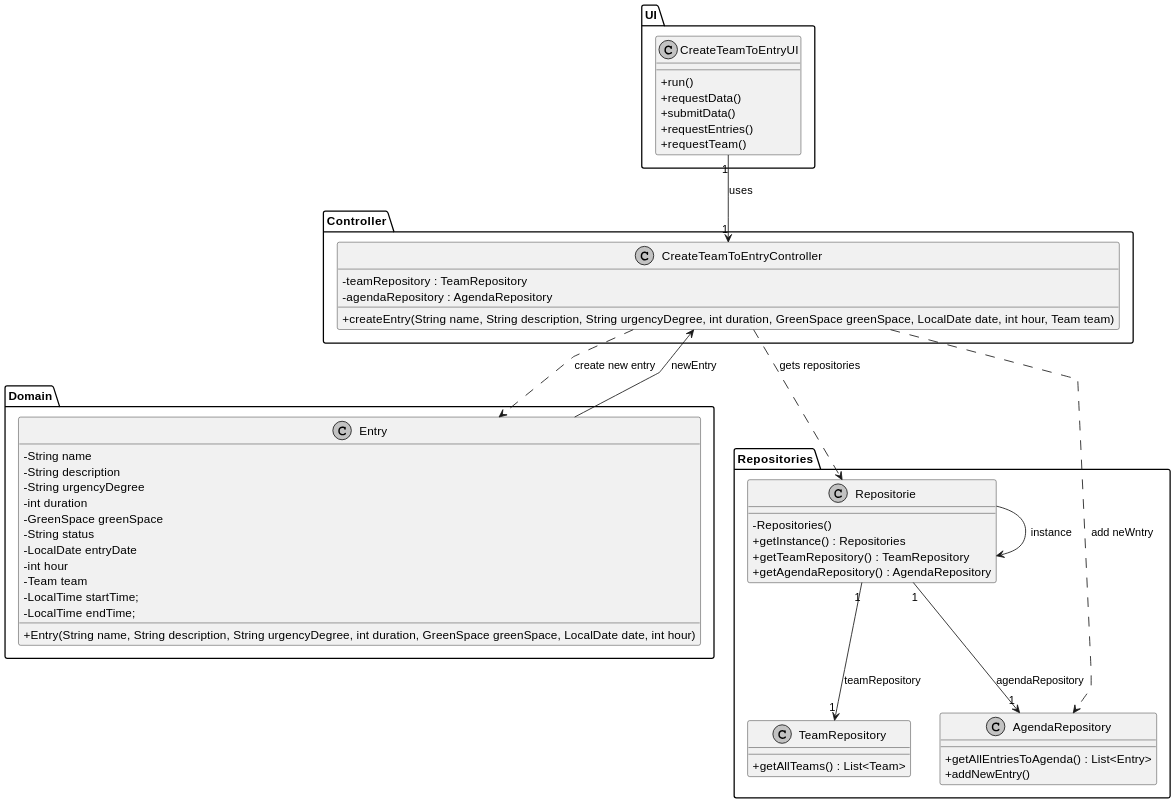
Earlier version of the PlantUML export docs/sprintC/us23/03.design/svg/us23-class-diagram.svg (Paulo-Pereira-at-ISEP/lei-24-s2-1nanb-g321).
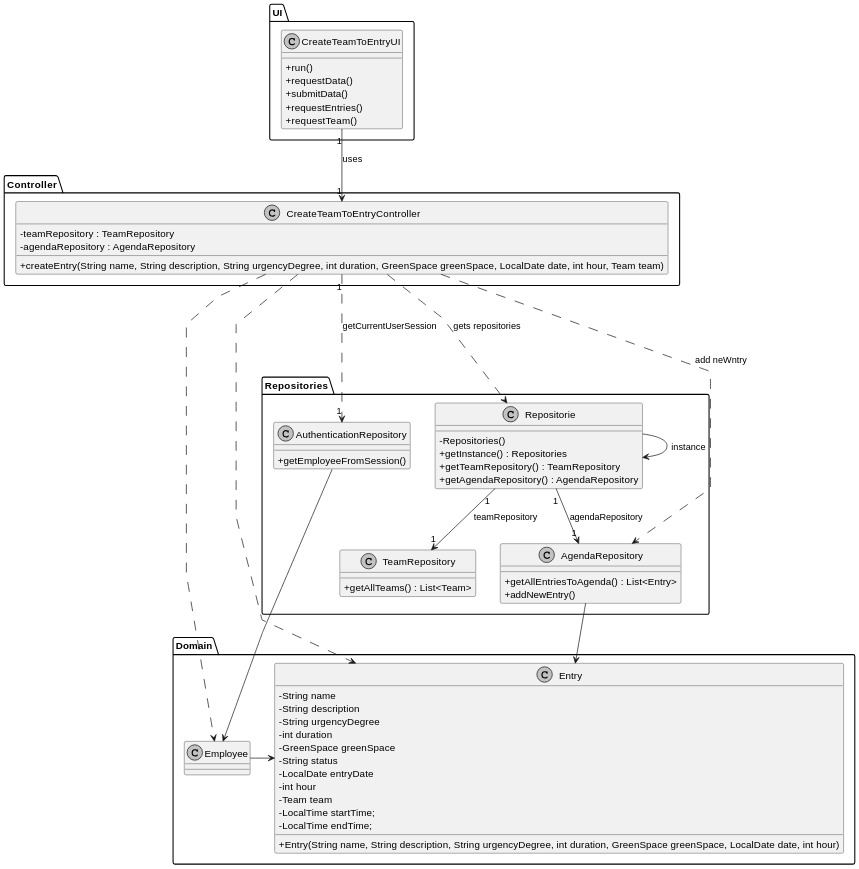
The same diagram one commit later.

What changed in the source:
```diff
@@ -53,7 +53,15 @@
     + getAllTeams() : List<Team>
 }
 }
-
+Package Repositories <<Folder>>{
+class AuthenticationRepository{
+    + getEmployeeFromSession()
+}
+}
+Package Domain <<Folder>>{
+class Employee {
+}
+}
 Package Repositories <<Folder>>{
 class AgendaRepository {
     + getAllEntriesToAgenda() : List<Entry>
@@ -61,13 +69,19 @@
 }
 }
 
+CreateTeamToEntryController "1"..-> "1" AuthenticationRepository : getCurrentUserSession
+CreateTeamToEntryController ..> Employee
+AgendaRepository --> Entry
+AuthenticationRepository --> Employee
+
+Employee -> Entry
 CreateTeamToEntryUI "1" --> "1" CreateTeamToEntryController : uses
 CreateTeamToEntryController ..> Repositorie : gets repositories
 Repositorie --> Repositorie : instance
 Repositorie "1" --> "1" TeamRepository : teamRepository
 Repositorie "1" --> "1" AgendaRepository : agendaRepository
 
-CreateTeamToEntryController ..> Entry : create new entry
-Entry --> CreateTeamToEntryController : newEntry
+CreateTeamToEntryController ..> Entry
+
 CreateTeamToEntryController ..> AgendaRepository : add neWntry
 @enduml
```
